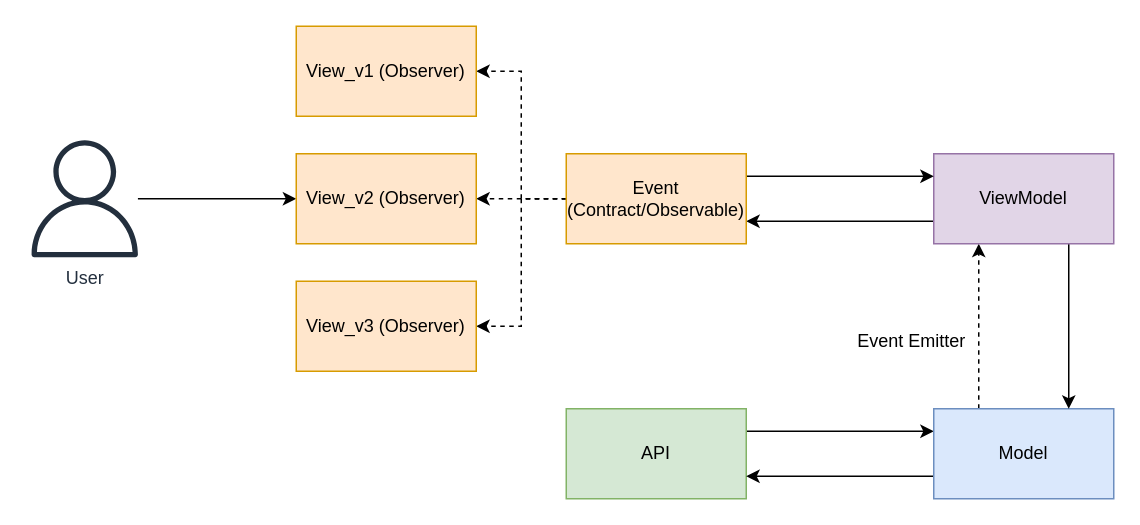
Before: Diagrams/MvvmDiagram.drawio in jeftegoes/DotnetArchitectureMvcMvpMvvm, a draw.io diagram. Source tidied: cells renumbered, new cells numbered last; positions are measured from the earlier drawing's top-left corner, leaving out a move shared by most shapes. Both pictures are drawn from the tidied source at 150%, with x=0, y=0 at pixel (26, 26).
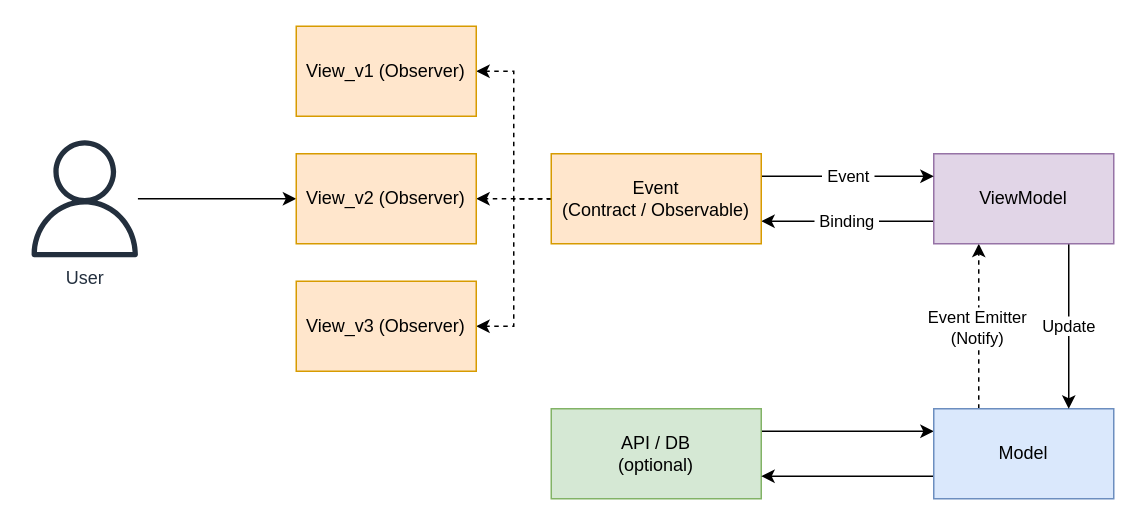
The same page after the edit.

Unchanged cells that the change refers to:
```xml
<mxCell id="5" style="edgeStyle=orthogonalEdgeStyle;rounded=0;jettySize=auto;html=1;exitX=0.25;exitY=0;exitDx=0;exitDy=0;entryX=0.25;entryY=1;entryDx=0;entryDy=0;dashed=1;" parent="1" edge="1" source="6" target="9">
  <mxGeometry relative="1" as="geometry" />
</mxCell>
<mxCell id="6" value="Model" style="rounded=0;whiteSpace=wrap;html=1;fillColor=#dae8fc;strokeColor=#6c8ebf;" parent="1" vertex="1">
  <mxGeometry x="605" y="255" width="120" height="60" as="geometry" />
</mxCell>
<mxCell id="9" value="ViewModel" style="rounded=0;whiteSpace=wrap;html=1;fillColor=#e1d5e7;strokeColor=#9673a6;" parent="1" vertex="1">
  <mxGeometry x="605" y="85" width="120" height="60" as="geometry" />
</mxCell>
```

What changed in the source:
```diff
@@
-    <mxCell id="3" value="API" style="rounded=0;whiteSpace=wrap;html=1;fillColor=#d5e8d4;strokeColor=#82b366;" parent="1" vertex="1">
-      <mxGeometry x="360" y="255" width="120" height="60" as="geometry" />
+    <mxCell id="3" value="API / DB&lt;div&gt;(optional)&lt;/div&gt;" style="rounded=0;whiteSpace=wrap;html=1;fillColor=#d5e8d4;strokeColor=#82b366;" parent="1" vertex="1">
+      <mxGeometry x="350" y="255" width="140" height="60" as="geometry" />
     </mxCell>
@@
+    <mxCell id="21" value="Event Emitter&lt;div&gt;(Notify)&lt;/div&gt;" style="edgeLabel;html=1;align=center;verticalAlign=middle;" parent="5" vertex="1">
+      <mxGeometry x="-0.13" y="2" relative="1" as="geometry">
+        <mxPoint y="-7" as="offset" />
+      </mxGeometry>
+    </mxCell>
@@
-    <mxCell id="7" style="edgeStyle=orthogonalEdgeStyle;rounded=0;jettySize=auto;html=1;exitX=0.75;exitY=1;exitDx=0;exitDy=0;entryX=0.75;entryY=0;entryDx=0;entryDy=0;" parent="1" edge="1" source="9" target="6">
+    <mxCell id="7" value="Update" style="edgeStyle=orthogonalEdgeStyle;rounded=0;jettySize=auto;html=1;exitX=0.75;exitY=1;exitDx=0;exitDy=0;entryX=0.75;entryY=0;entryDx=0;entryDy=0;" parent="1" edge="1" source="9" target="6">
       <mxGeometry relative="1" as="geometry" />
     </mxCell>
-    <mxCell id="8" style="edgeStyle=orthogonalEdgeStyle;rounded=0;jettySize=auto;html=1;exitX=0;exitY=0.75;exitDx=0;exitDy=0;entryX=1;entryY=0.75;entryDx=0;entryDy=0;" parent="1" edge="1" source="9" target="14">
+    <mxCell id="8" value="&amp;nbsp;Binding&amp;nbsp;" style="edgeStyle=orthogonalEdgeStyle;rounded=0;jettySize=auto;html=1;exitX=0;exitY=0.75;exitDx=0;exitDy=0;entryX=1;entryY=0.75;entryDx=0;entryDy=0;" parent="1" edge="1" source="9" target="14">
       <mxGeometry relative="1" as="geometry" />
     </mxCell>
@@
-    <mxCell id="10" style="edgeStyle=orthogonalEdgeStyle;rounded=0;jettySize=auto;html=1;exitX=1;exitY=0.25;exitDx=0;exitDy=0;entryX=0;entryY=0.25;entryDx=0;entryDy=0;" parent="1" edge="1" source="14" target="9">
+    <mxCell id="10" value="&amp;nbsp;Event&amp;nbsp;" style="edgeStyle=orthogonalEdgeStyle;rounded=0;jettySize=auto;html=1;exitX=1;exitY=0.25;exitDx=0;exitDy=0;entryX=0;entryY=0.25;entryDx=0;entryDy=0;" parent="1" edge="1" source="14" target="9">
       <mxGeometry relative="1" as="geometry" />
     </mxCell>
@@
-    <mxCell id="14" value="Event (Contract/Observable)" style="rounded=0;whiteSpace=wrap;html=1;fillColor=#ffe6cc;strokeColor=#d79b00;" parent="1" vertex="1">
-      <mxGeometry x="360" y="85" width="120" height="60" as="geometry" />
+    <mxCell id="14" value="Event&lt;div&gt;(Contract / Observable)&lt;/div&gt;" style="rounded=0;whiteSpace=wrap;html=1;fillColor=#ffe6cc;strokeColor=#d79b00;" parent="1" vertex="1">
+      <mxGeometry x="350" y="85" width="140" height="60" as="geometry" />
     </mxCell>
@@
-    <mxCell id="20" value="Event Emitter" style="text;html=1;align=center;verticalAlign=middle;strokeColor=none;fillColor=none;" parent="1" vertex="1">
-      <mxGeometry x="540" y="195" width="100" height="30" as="geometry" />
-    </mxCell>
```
